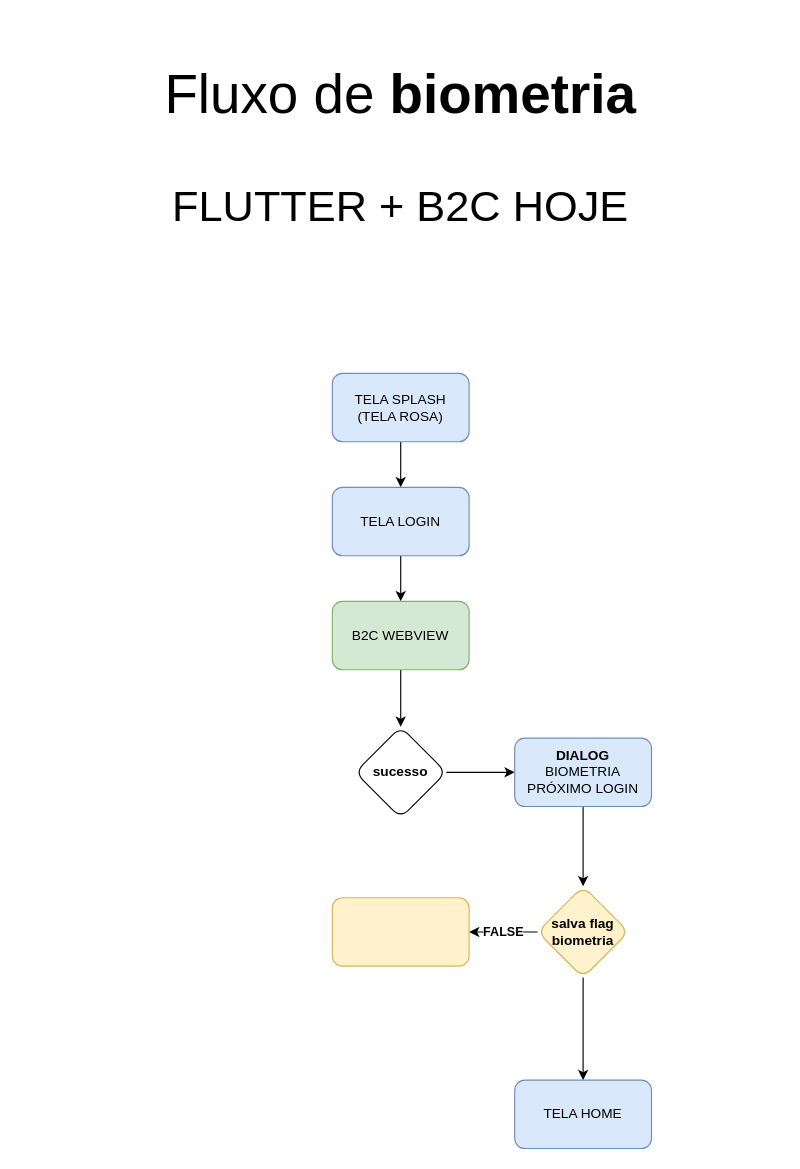
Above: page "Flutter + logado" (2 of 2) of biometria.drawio in munhozfontana/shared-it (draw.io), before the change. Source tidied: cells renumbered, new cells numbered last; positions are measured from the earlier drawing's top-left corner, leaving out a move shared by most shapes. Both pictures are drawn from the tidied source at 114%, with x=0, y=0 at pixel (19, 19).
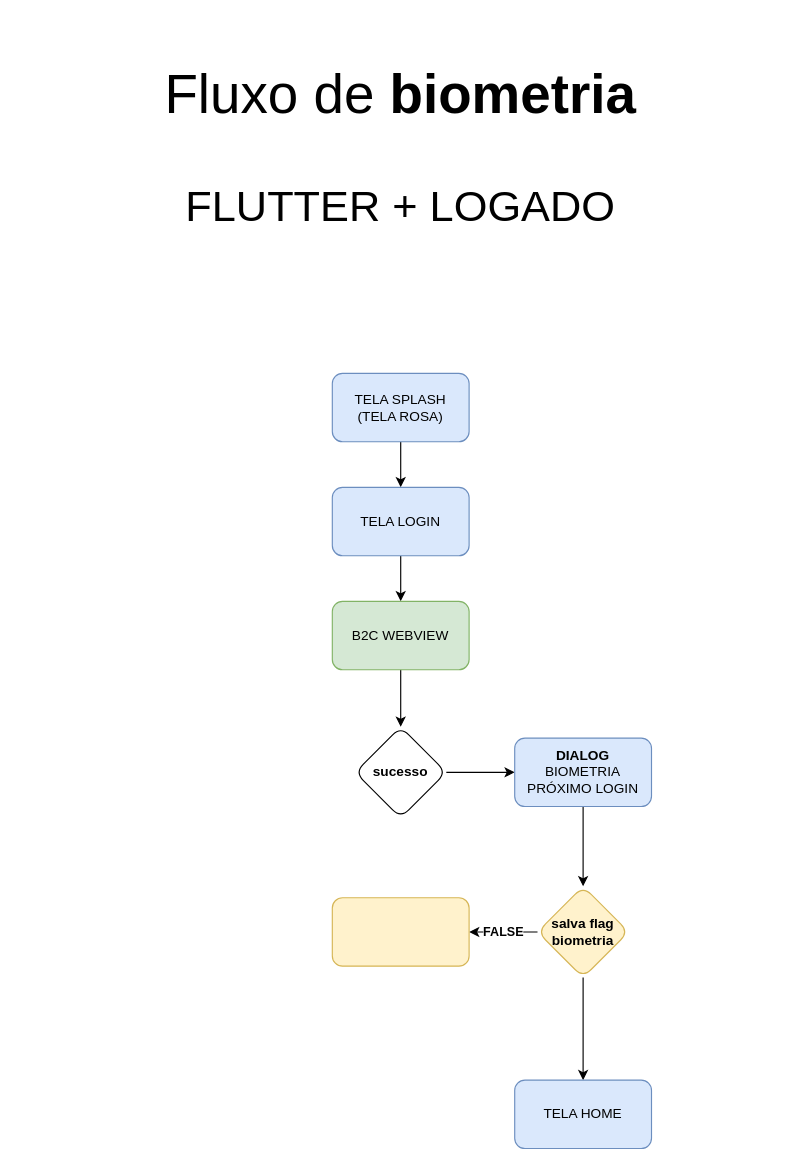
The same diagram, later.

Change to the diagram source:
```diff
@@
 <mxGraphModel>
   <root>
     <mxCell id="0" />
     <mxCell id="1" parent="0" />
     <mxCell id="2" style="group;" parent="1" vertex="1">
       <mxGeometry width="668" height="199" as="geometry" />
     </mxCell>
     <mxCell id="3" value="Fluxo de &lt;b&gt;biometria&lt;/b&gt;" style="text;html=1;align=center;verticalAlign=middle;whiteSpace=wrap;rounded=0;fontSize=48;" parent="2" vertex="1">
       <mxGeometry width="668" height="130" as="geometry" />
     </mxCell>
-    <mxCell id="4" value="&lt;font style=&quot;font-size: 38px;&quot;&gt;FLUTTER + B2C HOJE&lt;/font&gt;" style="text;html=1;align=center;verticalAlign=middle;whiteSpace=wrap;rounded=0;fontSize=48;" parent="2" vertex="1">
+    <mxCell id="4" value="&lt;font style=&quot;font-size: 38px;&quot;&gt;FLUTTER + LOGADO&lt;/font&gt;" style="text;html=1;align=center;verticalAlign=middle;whiteSpace=wrap;rounded=0;fontSize=48;" parent="2" vertex="1">
       <mxGeometry x="114" y="120" width="440" height="79" as="geometry" />
     </mxCell>
     <mxCell id="5" style="edgeStyle=orthogonalEdgeStyle;rounded=0;jettySize=auto;html=1;" parent="1" edge="1" source="6" target="8">
       <mxGeometry relative="1" as="geometry" />
     </mxCell>
     <mxCell id="6" value="TELA SPLASH&lt;div&gt;(TELA ROSA)&lt;/div&gt;" style="rounded=1;whiteSpace=wrap;html=1;fillColor=#dae8fc;strokeColor=#6c8ebf;" parent="1" vertex="1">
       <mxGeometry x="274" y="310" width="120" height="60" as="geometry" />
     </mxCell>
     <mxCell id="7" style="edgeStyle=orthogonalEdgeStyle;rounded=0;jettySize=auto;html=1;" parent="1" edge="1" source="8" target="10">
       <mxGeometry relative="1" as="geometry" />
     </mxCell>
     <mxCell id="8" value="TELA LOGIN" style="whiteSpace=wrap;html=1;fillColor=#dae8fc;strokeColor=#6c8ebf;rounded=1;" parent="1" vertex="1">
       <mxGeometry x="274" y="410" width="120" height="60" as="geometry" />
     </mxCell>
     <mxCell id="9" style="edgeStyle=orthogonalEdgeStyle;rounded=0;jettySize=auto;html=1;" parent="1" edge="1" source="10" target="12">
       <mxGeometry relative="1" as="geometry" />
     </mxCell>
     <mxCell id="10" value="B2C WEBVIEW" style="whiteSpace=wrap;html=1;fillColor=#d5e8d4;strokeColor=#82b366;rounded=1;" parent="1" vertex="1">
       <mxGeometry x="274" y="510" width="120" height="60" as="geometry" />
     </mxCell>
     <mxCell id="11" style="edgeStyle=orthogonalEdgeStyle;rounded=0;jettySize=auto;html=1;" parent="1" edge="1" source="12" target="14">
       <mxGeometry relative="1" as="geometry" />
     </mxCell>
     <mxCell id="12" value="&lt;b&gt;sucesso&lt;/b&gt;" style="rhombus;whiteSpace=wrap;html=1;rounded=1;" parent="1" vertex="1">
       <mxGeometry x="294" y="620" width="80" height="80" as="geometry" />
     </mxCell>
     <mxCell id="13" style="edgeStyle=orthogonalEdgeStyle;rounded=0;jettySize=auto;html=1;" parent="1" edge="1" source="14" target="17">
       <mxGeometry relative="1" as="geometry" />
     </mxCell>
     <mxCell id="14" value="&lt;div&gt;&lt;b&gt;DIALOG&lt;/b&gt;&lt;/div&gt;BIOMETRIA PRÓXIMO LOGIN" style="whiteSpace=wrap;html=1;fillColor=#dae8fc;strokeColor=#6c8ebf;rounded=1;" parent="1" vertex="1">
       <mxGeometry x="434" y="630" width="120" height="60" as="geometry" />
     </mxCell>
     <mxCell id="15" value="&lt;b&gt;FALSE&lt;/b&gt;" style="edgeStyle=orthogonalEdgeStyle;rounded=0;jettySize=auto;html=1;" parent="1" edge="1" source="17" target="18">
       <mxGeometry relative="1" as="geometry" />
     </mxCell>
     <mxCell id="16" style="edgeStyle=orthogonalEdgeStyle;rounded=0;jettySize=auto;html=1;" parent="1" edge="1" source="17" target="19">
       <mxGeometry relative="1" as="geometry" />
     </mxCell>
     <mxCell id="17" value="&lt;b&gt;salva flag&lt;/b&gt;&lt;div&gt;&lt;b&gt;biometria&lt;/b&gt;&lt;/div&gt;" style="rhombus;whiteSpace=wrap;html=1;fillColor=#fff2cc;strokeColor=#d6b656;rounded=1;" parent="1" vertex="1">
       <mxGeometry x="454" y="760" width="80" height="80" as="geometry" />
     </mxCell>
     <mxCell id="18" style="whiteSpace=wrap;html=1;fillColor=#fff2cc;strokeColor=#d6b656;rounded=1;" parent="1" vertex="1">
       <mxGeometry x="274" y="770" width="120" height="60" as="geometry" />
     </mxCell>
     <mxCell id="19" value="TELA HOME" style="whiteSpace=wrap;html=1;fillColor=#dae8fc;strokeColor=#6c8ebf;rounded=1;" parent="1" vertex="1">
       <mxGeometry x="434" y="930" width="120" height="60" as="geometry" />
     </mxCell>
   </root>
 </mxGraphModel>
```
